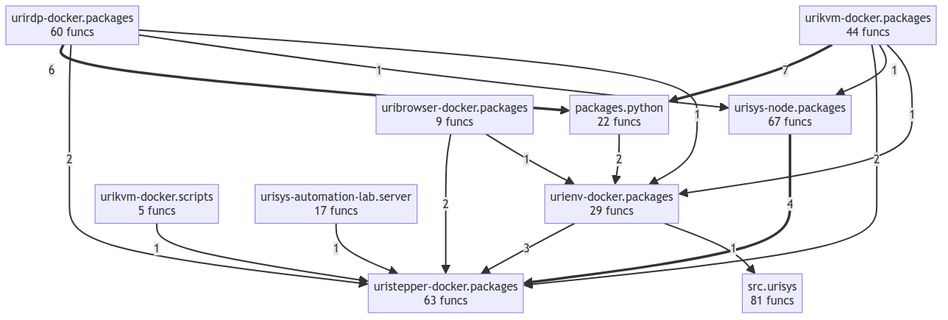
Earlier version of the Mermaid export project/compact_flow.png (tellmesh/urisys). Its source is kept beside it as project/compact_flow.mmd.
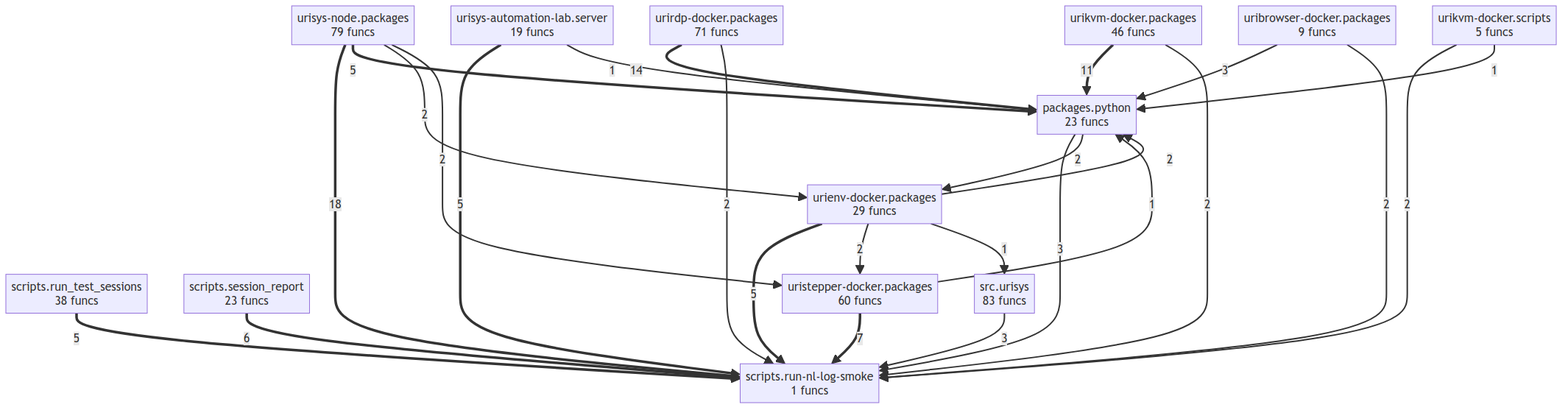
After the change.

The edit, as a diff of the source:
```diff
@@ -1,27 +1,39 @@
 flowchart TD
-    packages__python["packages.python<br/>22 funcs"]
-    src__urisys["src.urisys<br/>81 funcs"]
+    packages__python["packages.python<br/>23 funcs"]
+    scripts__run_nl_log_smoke["scripts.run-nl-log-smoke<br/>1 funcs"]
+    scripts__run_test_sessions["scripts.run_test_sessions<br/>38 funcs"]
+    scripts__session_report["scripts.session_report<br/>23 funcs"]
+    src__urisys["src.urisys<br/>83 funcs"]
     uribrowser_docker__packages["uribrowser-docker.packages<br/>9 funcs"]
     urienv_docker__packages["urienv-docker.packages<br/>29 funcs"]
-    urikvm_docker__packages["urikvm-docker.packages<br/>44 funcs"]
+    urikvm_docker__packages["urikvm-docker.packages<br/>46 funcs"]
     urikvm_docker__scripts["urikvm-docker.scripts<br/>5 funcs"]
-    urirdp_docker__packages["urirdp-docker.packages<br/>60 funcs"]
-    uristepper_docker__packages["uristepper-docker.packages<br/>63 funcs"]
-    urisys_automation_lab__server["urisys-automation-lab.server<br/>17 funcs"]
-    urisys_node__packages["urisys-node.packages<br/>67 funcs"]
-    urikvm_docker__packages ==>|7| packages__python
-    urirdp_docker__packages ==>|6| packages__python
-    urisys_node__packages ==>|4| uristepper_docker__packages
-    urienv_docker__packages -->|3| uristepper_docker__packages
-    urirdp_docker__packages -->|2| uristepper_docker__packages
-    uribrowser_docker__packages -->|2| uristepper_docker__packages
-    urikvm_docker__packages -->|2| uristepper_docker__packages
+    urirdp_docker__packages["urirdp-docker.packages<br/>71 funcs"]
+    uristepper_docker__packages["uristepper-docker.packages<br/>60 funcs"]
+    urisys_automation_lab__server["urisys-automation-lab.server<br/>19 funcs"]
+    urisys_node__packages["urisys-node.packages<br/>79 funcs"]
+    urisys_node__packages ==>|18| scripts__run_nl_log_smoke
+    urirdp_docker__packages ==>|14| packages__python
+    urikvm_docker__packages ==>|11| packages__python
+    uristepper_docker__packages ==>|7| scripts__run_nl_log_smoke
+    scripts__session_report ==>|6| scripts__run_nl_log_smoke
+    scripts__run_test_sessions ==>|5| scripts__run_nl_log_smoke
+    urisys_automation_lab__server ==>|5| scripts__run_nl_log_smoke
+    urienv_docker__packages ==>|5| scripts__run_nl_log_smoke
+    urisys_node__packages ==>|5| packages__python
+    packages__python -->|3| scripts__run_nl_log_smoke
+    src__urisys -->|3| scripts__run_nl_log_smoke
+    uribrowser_docker__packages -->|3| packages__python
     packages__python -->|2| urienv_docker__packages
-    urirdp_docker__packages -->|1| urisys_node__packages
-    urirdp_docker__packages -->|1| urienv_docker__packages
-    uribrowser_docker__packages -->|1| urienv_docker__packages
-    urikvm_docker__packages -->|1| urisys_node__packages
-    urikvm_docker__packages -->|1| urienv_docker__packages
-    urikvm_docker__scripts -->|1| uristepper_docker__packages
+    urirdp_docker__packages -->|2| scripts__run_nl_log_smoke
+    uribrowser_docker__packages -->|2| scripts__run_nl_log_smoke
+    urikvm_docker__packages -->|2| scripts__run_nl_log_smoke
+    urikvm_docker__scripts -->|2| scripts__run_nl_log_smoke
+    urienv_docker__packages -->|2| uristepper_docker__packages
+    urienv_docker__packages -->|2| packages__python
+    urisys_node__packages -->|2| urienv_docker__packages
+    urisys_node__packages -->|2| uristepper_docker__packages
+    uristepper_docker__packages -->|1| packages__python
+    urikvm_docker__scripts -->|1| packages__python
+    urisys_automation_lab__server -->|1| packages__python
     urienv_docker__packages -->|1| src__urisys
-    urisys_automation_lab__server -->|1| uristepper_docker__packages
```
